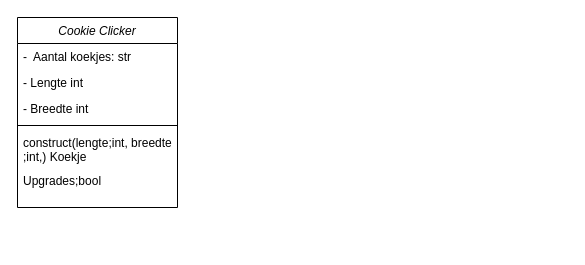
RichardWasNotAvailable/CookieClickerClone keeps this draw.io diagram as Documentatie/Klassendiagram_CookieClicker.drawio. Above is the earlier version. Source tidied: cells renumbered, new cells numbered last; positions are measured from the earlier drawing's top-left corner, leaving out a move shared by most shapes. Both pictures are drawn from the tidied source at 100%, with x=0, y=0 at pixel (17, 17).
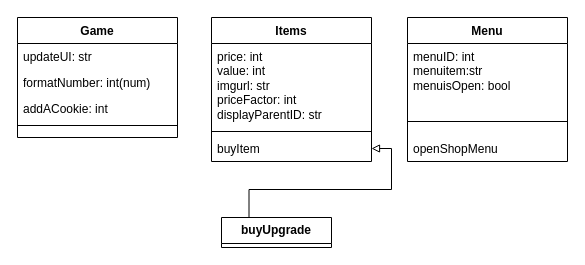
The same diagram, later.

Commit message (it also covers changes not shown here):
Upgrades logica toegevoegd

Diff of the diagram source:
```diff
@@
 <mxGraphModel>
   <root>
     <mxCell id="0" />
     <mxCell id="1" parent="0" />
-    <mxCell id="2" value="Cookie Clicker" style="swimlane;fontStyle=2;align=center;verticalAlign=top;horizontal=1;startSize=26;rounded=0;shadow=0;strokeWidth=1;" parent="1" vertex="1">
-      <mxGeometry width="160" height="190" as="geometry" />
+    <mxCell id="2" value="Game" style="swimlane;fontStyle=1;align=center;verticalAlign=top;horizontal=1;startSize=26;rounded=0;shadow=0;strokeWidth=1;" parent="1" vertex="1">
+      <mxGeometry width="160" height="120" as="geometry" />
     </mxCell>
-    <mxCell id="3" value="-  Aantal koekjes: str" style="text;align=left;verticalAlign=top;spacingLeft=4;spacingRight=4;overflow=hidden;" parent="2" vertex="1">
+    <mxCell id="3" value="updateUI: str" style="text;align=left;verticalAlign=top;spacingLeft=4;spacingRight=4;overflow=hidden;" parent="2" vertex="1">
       <mxGeometry y="26" width="160" height="26" as="geometry" />
     </mxCell>
-    <mxCell id="4" value="- Lengte int" style="text;align=left;verticalAlign=top;spacingLeft=4;spacingRight=4;overflow=hidden;rounded=0;shadow=0;html=0;" parent="2" vertex="1">
+    <mxCell id="4" value="formatNumber: int(num) " style="text;align=left;verticalAlign=top;spacingLeft=4;spacingRight=4;overflow=hidden;rounded=0;shadow=0;html=0;" parent="2" vertex="1">
       <mxGeometry y="52" width="160" height="26" as="geometry" />
     </mxCell>
-    <mxCell id="5" value="- Breedte int" style="text;align=left;verticalAlign=top;spacingLeft=4;spacingRight=4;overflow=hidden;rounded=0;shadow=0;html=0;" parent="2" vertex="1">
+    <mxCell id="5" value="addACookie: int" style="text;align=left;verticalAlign=top;spacingLeft=4;spacingRight=4;overflow=hidden;rounded=0;shadow=0;html=0;" parent="2" vertex="1">
       <mxGeometry y="78" width="160" height="26" as="geometry" />
     </mxCell>
     <mxCell id="6" style="line;html=1;strokeWidth=1;align=left;verticalAlign=middle;spacingTop=-1;spacingLeft=3;spacingRight=3;labelPosition=right;" parent="2" vertex="1">
       <mxGeometry y="104" width="160" height="8" as="geometry" />
     </mxCell>
-    <mxCell id="7" value="construct(lengte;int, breedte&#10;;int,) Koekje" style="text;align=left;verticalAlign=top;spacingLeft=4;spacingRight=4;overflow=hidden;rounded=0;shadow=0;html=0;" parent="2" vertex="1">
-      <mxGeometry y="112" width="160" height="38" as="geometry" />
-    </mxCell>
-    <mxCell id="8" value="Upgrades;bool" style="text;align=left;verticalAlign=top;spacingLeft=4;spacingRight=4;overflow=hidden;rounded=0;shadow=0;html=0;" parent="2" vertex="1">
-      <mxGeometry y="150" width="160" height="38" as="geometry" />
-    </mxCell>
+    <mxCell id="9" value="Items" style="swimlane;fontStyle=1;align=center;verticalAlign=top;horizontal=1;startSize=26;whiteSpace=wrap;html=1;" parent="1" vertex="1">
+      <mxGeometry x="194" width="160" height="144" as="geometry" />
+    </mxCell>
+    <mxCell id="10" value="price: int&lt;div&gt;value: int&lt;/div&gt;&lt;div&gt;imgurl: str&lt;/div&gt;&lt;div&gt;priceFactor: int&lt;/div&gt;&lt;div&gt;displayParentID: str&lt;/div&gt;" style="text;strokeColor=none;fillColor=none;align=left;verticalAlign=top;spacingLeft=4;spacingRight=4;overflow=hidden;whiteSpace=wrap;html=1;" parent="9" vertex="1">
+      <mxGeometry y="26" width="160" height="84" as="geometry" />
+    </mxCell>
+    <mxCell id="11" style="line;strokeWidth=1;fillColor=none;align=left;verticalAlign=middle;spacingTop=-1;spacingLeft=3;spacingRight=3;labelPosition=right;strokeColor=inherit;" parent="9" vertex="1">
+      <mxGeometry y="110" width="160" height="8" as="geometry" />
+    </mxCell>
+    <mxCell id="12" value="buyItem" style="text;strokeColor=none;fillColor=none;align=left;verticalAlign=top;spacingLeft=4;spacingRight=4;overflow=hidden;points=[[0,0.5],[1,0.5]];portConstraint=eastwest;whiteSpace=wrap;html=1;" parent="9" vertex="1">
+      <mxGeometry y="118" width="160" height="26" as="geometry" />
+    </mxCell>
+    <mxCell id="13" value="Menu" style="swimlane;fontStyle=1;align=center;verticalAlign=top;horizontal=1;startSize=26;whiteSpace=wrap;html=1;" parent="1" vertex="1">
+      <mxGeometry x="390" width="160" height="144" as="geometry" />
+    </mxCell>
+    <mxCell id="14" value="menuID: int&lt;div&gt;menuitem:str&lt;/div&gt;&lt;div&gt;menuisOpen: bool&lt;/div&gt;" style="text;strokeColor=none;fillColor=none;align=left;verticalAlign=top;spacingLeft=4;spacingRight=4;overflow=hidden;whiteSpace=wrap;html=1;" parent="13" vertex="1">
+      <mxGeometry y="26" width="160" height="64" as="geometry" />
+    </mxCell>
+    <mxCell id="15" style="line;strokeWidth=1;fillColor=none;align=left;verticalAlign=middle;spacingTop=-1;spacingLeft=3;spacingRight=3;labelPosition=right;strokeColor=inherit;" parent="13" vertex="1">
+      <mxGeometry y="90" width="160" height="28" as="geometry" />
+    </mxCell>
+    <mxCell id="16" value="openShopMenu" style="text;strokeColor=none;fillColor=none;align=left;verticalAlign=top;spacingLeft=4;spacingRight=4;overflow=hidden;whiteSpace=wrap;html=1;" parent="13" vertex="1">
+      <mxGeometry y="118" width="160" height="26" as="geometry" />
+    </mxCell>
+    <mxCell id="17" style="edgeStyle=orthogonalEdgeStyle;rounded=0;jettySize=auto;html=1;exitX=0.25;exitY=0;exitDx=0;exitDy=0;entryX=1;entryY=0.5;entryDx=0;entryDy=0;endArrow=block;endFill=0;" parent="1" edge="1" source="18" target="12">
+      <mxGeometry relative="1" as="geometry" />
+    </mxCell>
+    <mxCell id="18" value="&lt;b&gt;buyUpgrade&lt;/b&gt;" style="swimlane;fontStyle=0;horizontal=1;startSize=26;fillColor=none;whiteSpace=wrap;html=1;" parent="1" vertex="1" collapsed="1">
+      <mxGeometry x="204" y="200" width="110" height="30" as="geometry" />
+    </mxCell>
   </root>
 </mxGraphModel>
```
